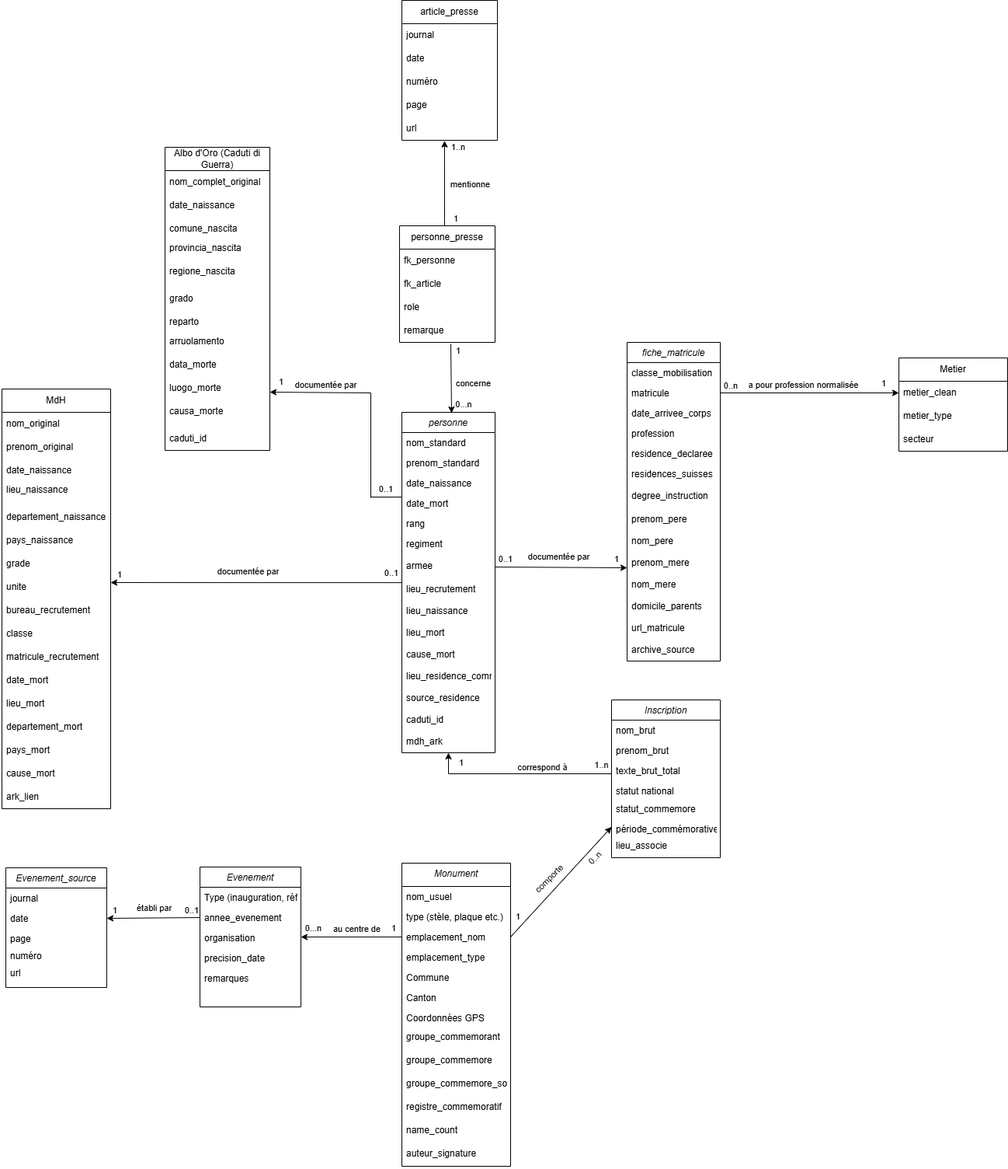
Above: Modèle conceptuel/MC_versionPNG.png in samohTDNM/Monument_Etrangers_14-18_Suisse (draw.io), before the change. Source tidied: cells renumbered, new cells last; positions are measured from the earlier drawing's top-left corner, leaving out a move shared by most shapes.
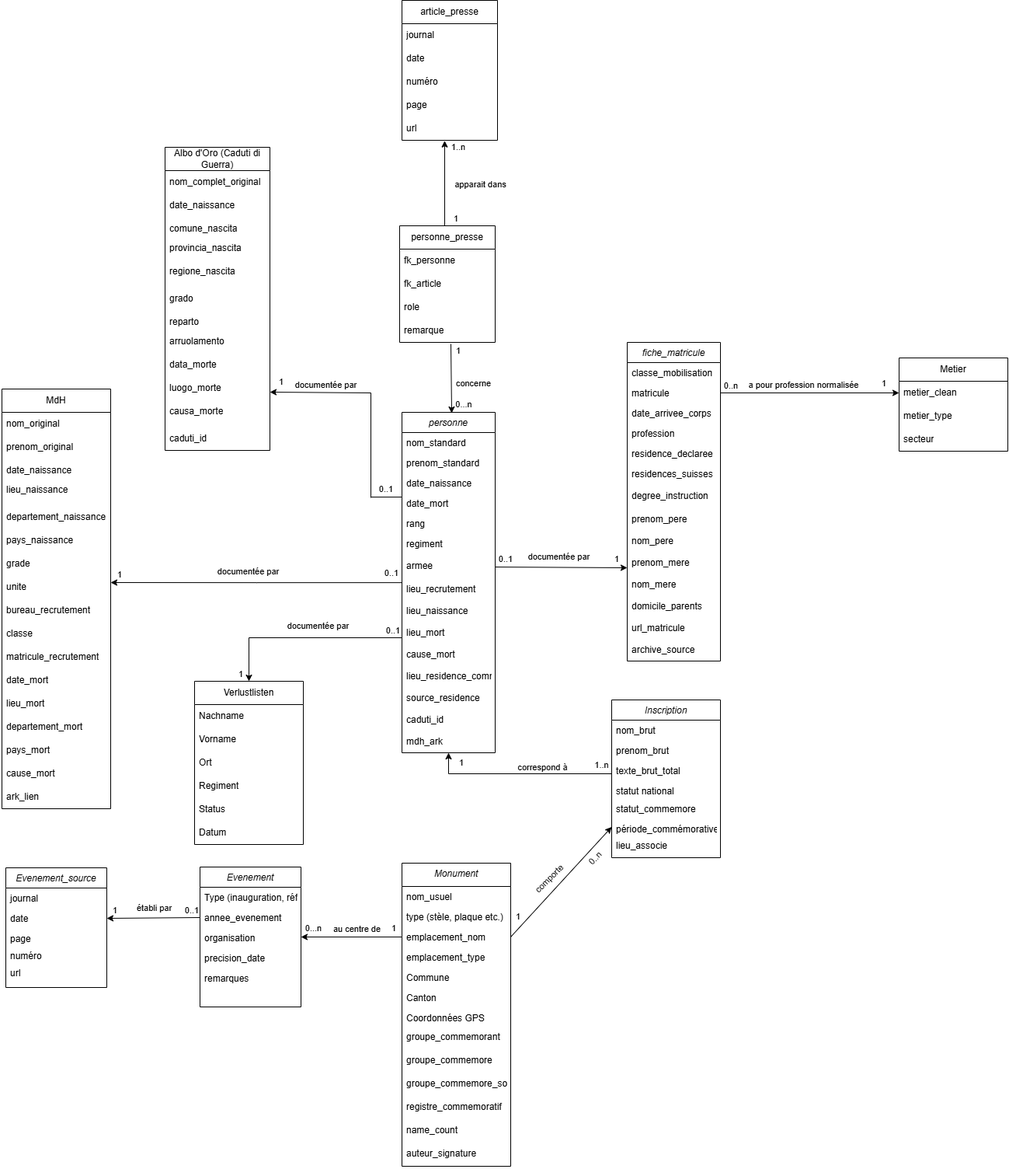
After the commit.

The edit, as a diff of the source:
```diff
@@ -362,8 +362,8 @@
     <mxCell id="112" value="url" style="text;strokeColor=none;fillColor=none;align=left;verticalAlign=middle;spacingLeft=4;spacingRight=4;overflow=hidden;points=[[0,0.5],[1,0.5]];portConstraint=eastwest;whiteSpace=wrap;html=1;" parent="107" vertex="1">
       <mxGeometry y="150" width="123" height="30" as="geometry" />
     </mxCell>
-    <mxCell id="113" value="mentionne" style="edgeLabel;html=1;align=center;verticalAlign=middle;rotation=0;" parent="1" vertex="1">
-      <mxGeometry x="622" y="240" as="geometry">
+    <mxCell id="113" value="apparait dans" style="edgeLabel;html=1;align=center;verticalAlign=middle;rotation=0;" parent="1" vertex="1">
+      <mxGeometry x="635" y="240" as="geometry">
         <mxPoint x="-20" y="-4" as="offset" />
       </mxGeometry>
     </mxCell>
@@ -516,5 +516,44 @@
         <mxPoint x="570" y="290" as="sourcePoint" />
       </mxGeometry>
     </mxCell>
+    <mxCell id="157" value="Verlustlisten" style="swimlane;fontStyle=0;horizontal=1;startSize=30;whiteSpace=wrap;html=1;" parent="1" vertex="1">
+      <mxGeometry x="248" y="876" width="140" height="210" as="geometry" />
+    </mxCell>
+    <mxCell id="158" value="Nachname" style="text;strokeColor=none;fillColor=none;align=left;verticalAlign=middle;spacingLeft=4;spacingRight=4;overflow=hidden;whiteSpace=wrap;html=1;" parent="157" vertex="1">
+      <mxGeometry y="30" width="140" height="30" as="geometry" />
+    </mxCell>
+    <mxCell id="159" value="Vorname" style="text;strokeColor=none;fillColor=none;align=left;verticalAlign=middle;spacingLeft=4;spacingRight=4;overflow=hidden;whiteSpace=wrap;html=1;" parent="157" vertex="1">
+      <mxGeometry y="60" width="140" height="30" as="geometry" />
+    </mxCell>
+    <mxCell id="160" value="Ort" style="text;strokeColor=none;fillColor=none;align=left;verticalAlign=middle;spacingLeft=4;spacingRight=4;overflow=hidden;whiteSpace=wrap;html=1;" parent="157" vertex="1">
+      <mxGeometry y="90" width="140" height="30" as="geometry" />
+    </mxCell>
+    <mxCell id="161" value="Regiment" style="text;strokeColor=none;fillColor=none;align=left;verticalAlign=middle;spacingLeft=4;spacingRight=4;overflow=hidden;whiteSpace=wrap;html=1;" parent="157" vertex="1">
+      <mxGeometry y="120" width="140" height="30" as="geometry" />
+    </mxCell>
+    <mxCell id="162" value="Status" style="text;strokeColor=none;fillColor=none;align=left;verticalAlign=middle;spacingLeft=4;spacingRight=4;overflow=hidden;whiteSpace=wrap;html=1;" parent="157" vertex="1">
+      <mxGeometry y="150" width="140" height="30" as="geometry" />
+    </mxCell>
+    <mxCell id="163" value="Datum" style="text;strokeColor=none;fillColor=none;align=left;verticalAlign=middle;spacingLeft=4;spacingRight=4;overflow=hidden;whiteSpace=wrap;html=1;" parent="157" vertex="1">
+      <mxGeometry y="180" width="140" height="30" as="geometry" />
+    </mxCell>
+    <mxCell id="164" style="endArrow=classic;html=1;rounded=0;entryX=0.5;entryY=0;entryDx=0;entryDy=0;exitX=0;exitY=-0.286;exitDx=0;exitDy=0;exitPerimeter=0;" parent="1" edge="1" source="14" target="157">
+      <mxGeometry relative="1" as="geometry">
+        <Array as="points">
+          <mxPoint x="318" y="820" />
+        </Array>
+      </mxGeometry>
+    </mxCell>
+    <mxCell id="165" value="documentée par" style="edgeLabel;html=1;align=center;verticalAlign=middle;rotation=0;" parent="1" vertex="1">
+      <mxGeometry x="425" y="810" as="geometry">
+        <mxPoint x="-19" y="-6" as="offset" />
+      </mxGeometry>
+    </mxCell>
+    <mxCell id="166" value="0..1" style="text;html=1;whiteSpace=wrap;strokeColor=none;fillColor=none;align=center;verticalAlign=middle;rounded=0;fontSize=11;" parent="1" vertex="1">
+      <mxGeometry x="494" y="802" width="20" height="18" as="geometry" />
+    </mxCell>
+    <mxCell id="167" value="1" style="text;html=1;whiteSpace=wrap;strokeColor=none;fillColor=none;align=center;verticalAlign=middle;rounded=0;fontSize=11;" parent="1" vertex="1">
+      <mxGeometry x="298" y="858" width="20" height="18" as="geometry" />
+    </mxCell>
   </root>
 </mxGraphModel>
```
